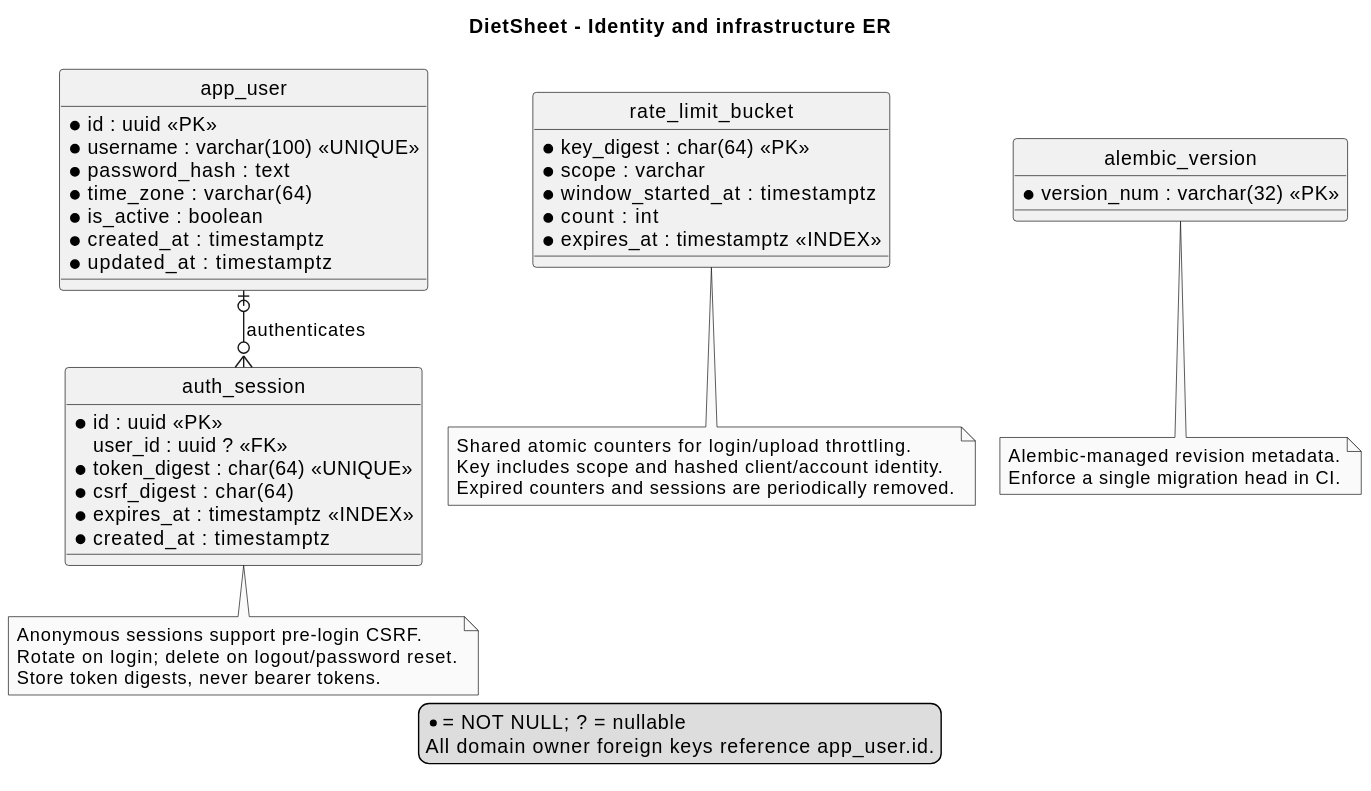
Before: doc/developer/diagrams/er-identity.svg, a diagram exported from PlantUML (Xunhaoz/DietSheetV2). The source it was exported from:
```plantuml
@startuml
!pragma layout smetana
skinparam monochrome true
skinparam shadowing false
hide circle
title DietSheet - Identity and infrastructure ER
entity app_user {
  * id : uuid <<PK>>
  {field} * username : varchar(100) <<UNIQUE>>
  * password_hash : text
  {field} * time_zone : varchar(64)
  * is_active : boolean
  * created_at : timestamptz
  * updated_at : timestamptz
}
entity auth_session {
  * id : uuid <<PK>>
  user_id : uuid ? <<FK>>
  {field} * token_digest : char(64) <<UNIQUE>>
  {field} * csrf_digest : char(64)
  * expires_at : timestamptz <<INDEX>>
  * created_at : timestamptz
}
entity rate_limit_bucket {
  {field} * key_digest : char(64) <<PK>>
  * scope : varchar
  * window_started_at : timestamptz
  * count : int
  * expires_at : timestamptz <<INDEX>>
}
entity alembic_version {
  {field} * version_num : varchar(32) <<PK>>
}
app_user |o--o{ auth_session : authenticates
note bottom of auth_session
  Anonymous sessions support pre-login CSRF.
  Rotate on login; delete on logout/password reset.
  Store token digests, never bearer tokens.
end note
note bottom of rate_limit_bucket
  Shared atomic counters for login/upload throttling.
  Key includes scope and hashed client/account identity.
  Expired counters and sessions are periodically removed.
end note
note bottom of alembic_version
  Alembic-managed revision metadata.
  Enforce a single migration head in CI.
end note
legend bottom
  * = NOT NULL; ? = nullable
  All domain owner foreign keys reference app_user.id.
endlegend
@enduml
```
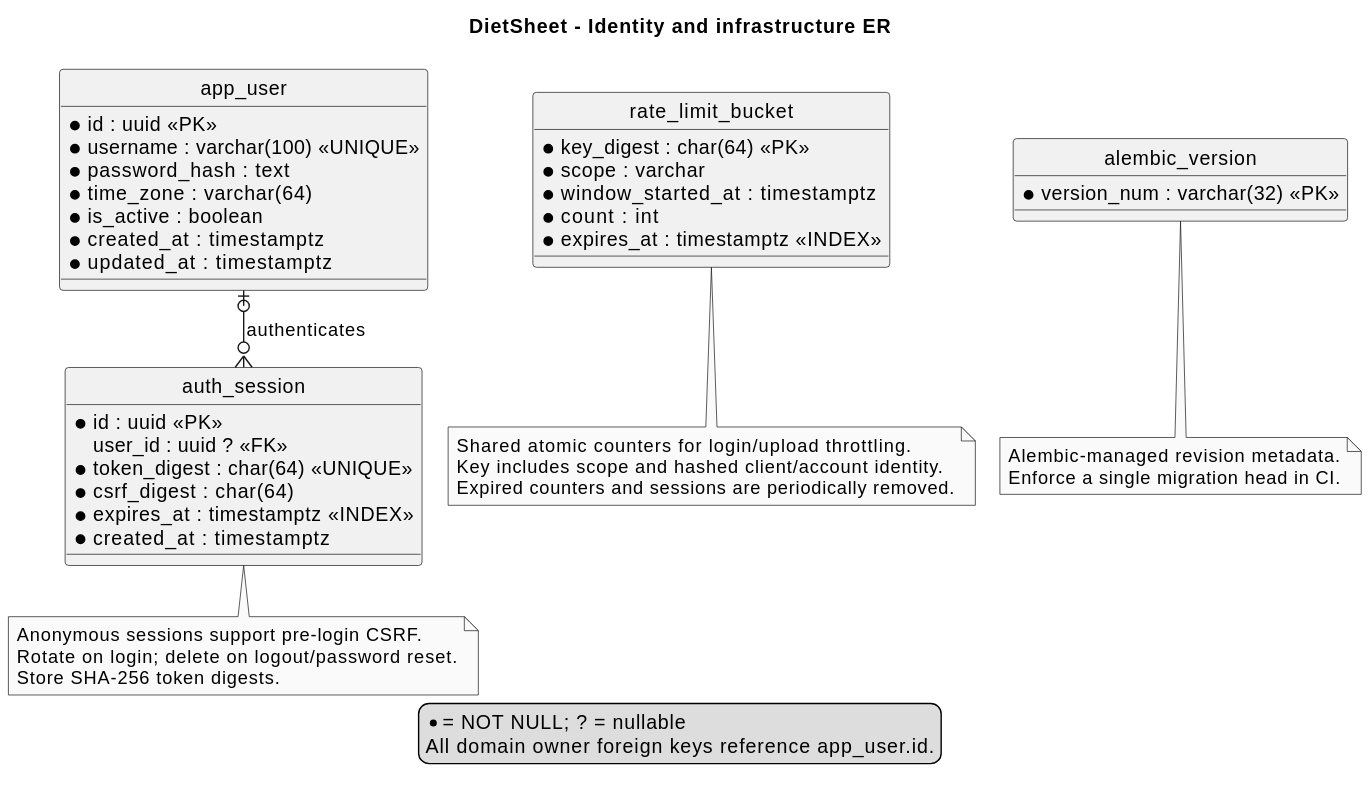
After the commit.

Diff of the diagram source:
```diff
@@ -35,7 +35,7 @@
 note bottom of auth_session
   Anonymous sessions support pre-login CSRF.
   Rotate on login; delete on logout/password reset.
-  Store token digests, never bearer tokens.
+  Store SHA-256 token digests.
 end note
 note bottom of rate_limit_bucket
   Shared atomic counters for login/upload throttling.
```
